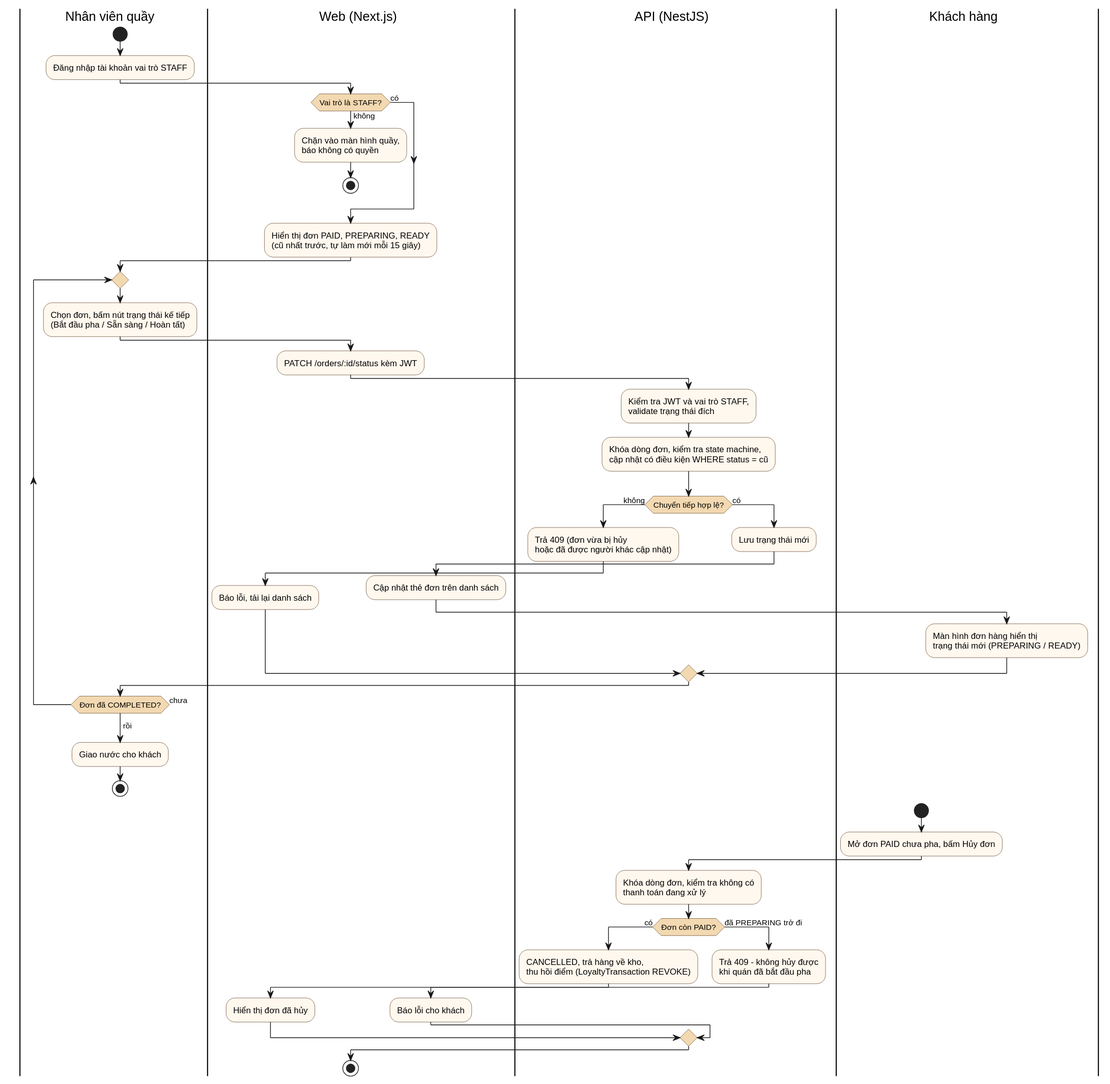
PhucLee23/brewlite-assignment2 keeps this PlantUML diagram as docs/diagrams/activity-02-xu-ly-don.svg. Above is the earlier version.
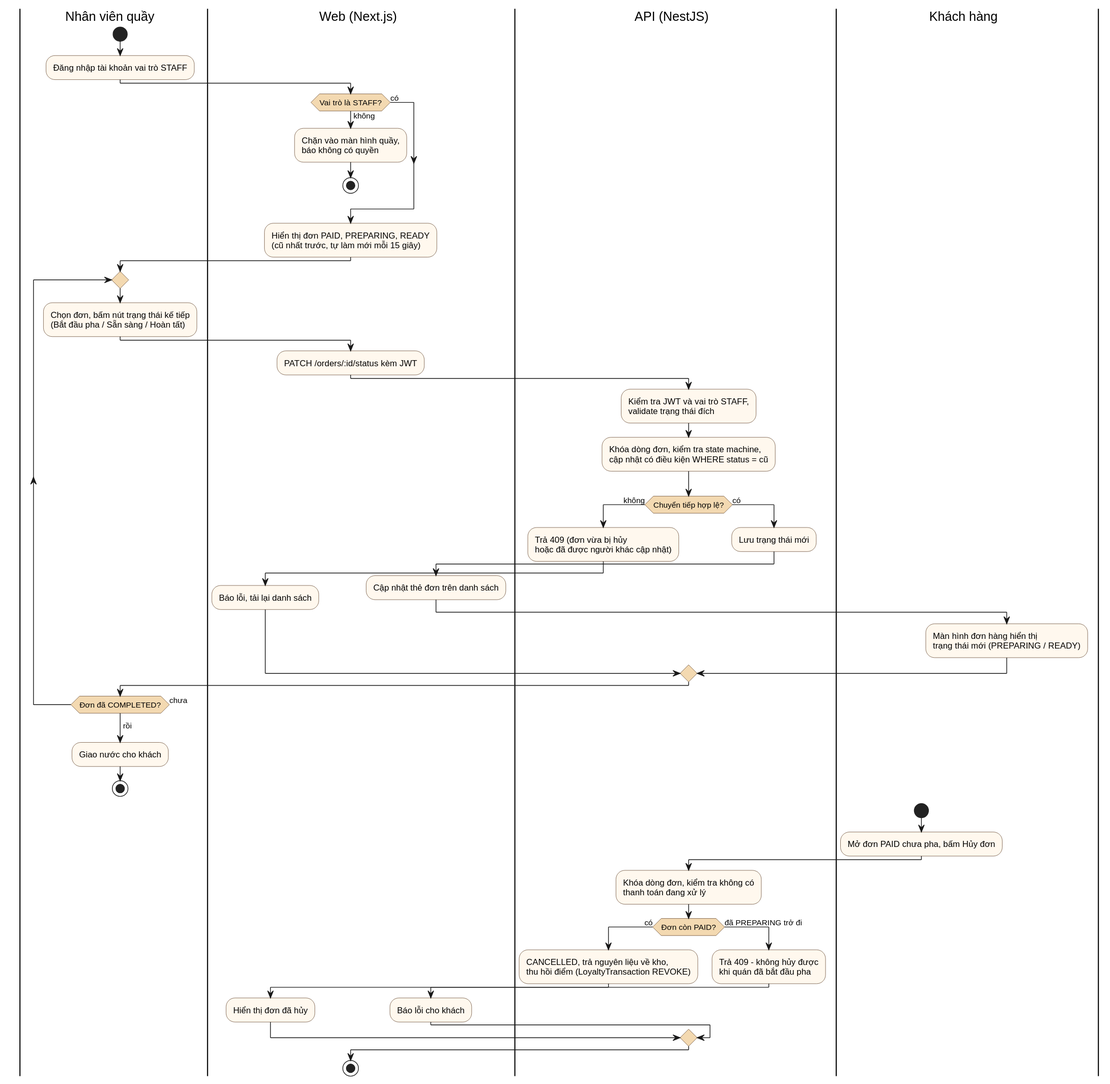
Above is the later version.

Commit message:
docs(diagrams): activity hủy đơn trả nguyên liệu về kho

Change to the diagram source:
```diff
@@ -60,7 +60,7 @@
 :Khóa dòng đơn, kiểm tra không có
 thanh toán đang xử lý;
 if (Đơn còn PAID?) then (có)
-  :CANCELLED, trả hàng về kho,
+  :CANCELLED, trả nguyên liệu về kho,
   thu hồi điểm (LoyaltyTransaction REVOKE);
   |Web (Next.js)|
   :Hiển thị đơn đã hủy;
```
